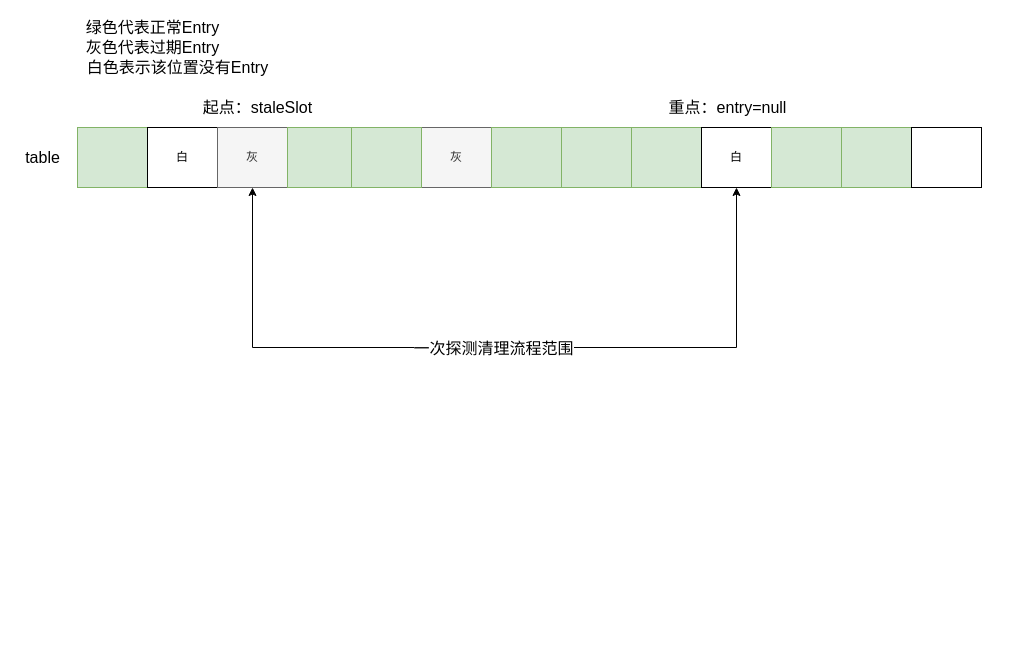
Earlier version of the draw.io diagram expungeStaleEntry.drawio (xxm-sz/dio). Source tidied: cells renumbered, new cells numbered last; positions are measured from the earlier drawing's top-left corner, leaving out a move shared by most shapes. Both pictures are drawn from the tidied source at 100%, with x=0, y=0 at pixel (17, 17).
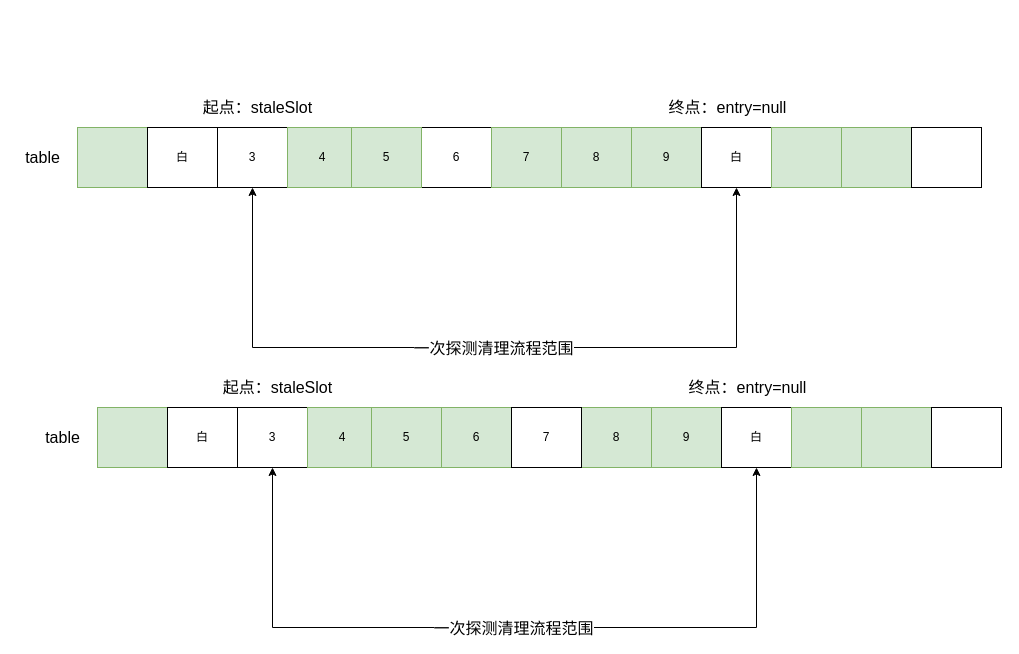
After the change.

What changed in the source:
```diff
@@
-    <mxCell id="5" value="灰" style="rounded=0;whiteSpace=wrap;html=1;fillColor=#f5f5f5;strokeColor=#666666;fontColor=#333333;" parent="1" vertex="1">
+    <mxCell id="5" value="3" style="rounded=0;whiteSpace=wrap;html=1;" parent="1" vertex="1">
       <mxGeometry x="200" y="110" width="70" height="60" as="geometry" />
     </mxCell>
-    <mxCell id="6" style="rounded=0;whiteSpace=wrap;html=1;fillColor=#d5e8d4;strokeColor=#82b366;" parent="1" vertex="1">
+    <mxCell id="6" value="9" style="rounded=0;whiteSpace=wrap;html=1;fillColor=#d5e8d4;strokeColor=#82b366;" parent="1" vertex="1">
       <mxGeometry x="614" y="110" width="70" height="60" as="geometry" />
     </mxCell>
-    <mxCell id="7" value="灰" style="rounded=0;whiteSpace=wrap;html=1;fillColor=#f5f5f5;strokeColor=#666666;fontColor=#333333;" parent="1" vertex="1">
+    <mxCell id="7" value="6" style="rounded=0;whiteSpace=wrap;html=1;" parent="1" vertex="1">
       <mxGeometry x="404" y="110" width="70" height="60" as="geometry" />
     </mxCell>
-    <mxCell id="8" style="rounded=0;whiteSpace=wrap;html=1;fillColor=#d5e8d4;strokeColor=#82b366;" parent="1" vertex="1">
+    <mxCell id="8" value="4" style="rounded=0;whiteSpace=wrap;html=1;fillColor=#d5e8d4;strokeColor=#82b366;" parent="1" vertex="1">
       <mxGeometry x="270" y="110" width="70" height="60" as="geometry" />
     </mxCell>
-    <mxCell id="9" style="rounded=0;whiteSpace=wrap;html=1;fillColor=#d5e8d4;strokeColor=#82b366;" parent="1" vertex="1">
+    <mxCell id="9" value="8" style="rounded=0;whiteSpace=wrap;html=1;fillColor=#d5e8d4;strokeColor=#82b366;" parent="1" vertex="1">
       <mxGeometry x="544" y="110" width="70" height="60" as="geometry" />
     </mxCell>
-    <mxCell id="10" style="rounded=0;whiteSpace=wrap;html=1;fillColor=#d5e8d4;strokeColor=#82b366;" parent="1" vertex="1">
+    <mxCell id="10" value="5" style="rounded=0;whiteSpace=wrap;html=1;fillColor=#d5e8d4;strokeColor=#82b366;" parent="1" vertex="1">
       <mxGeometry x="334" y="110" width="70" height="60" as="geometry" />
     </mxCell>
-    <mxCell id="11" style="rounded=0;whiteSpace=wrap;html=1;fillColor=#d5e8d4;strokeColor=#82b366;" parent="1" vertex="1">
+    <mxCell id="11" value="7" style="rounded=0;whiteSpace=wrap;html=1;fillColor=#d5e8d4;strokeColor=#82b366;" parent="1" vertex="1">
       <mxGeometry x="474" y="110" width="70" height="60" as="geometry" />
     </mxCell>
@@
-    <mxCell id="16" value="绿色代表正常Entry" style="text;html=1;align=center;verticalAlign=middle;fontSize=16;" parent="1" vertex="1">
-      <mxGeometry x="60" width="150" height="20" as="geometry" />
-    </mxCell>
-    <mxCell id="17" value="灰色代表过期Entry" style="text;html=1;align=center;verticalAlign=middle;fontSize=16;" parent="1" vertex="1">
-      <mxGeometry x="60" y="20" width="150" height="20" as="geometry" />
-    </mxCell>
-    <mxCell id="18" value="白色表示该位置没有Entry" style="text;html=1;align=center;verticalAlign=middle;fontSize=16;" parent="1" vertex="1">
-      <mxGeometry x="60" y="40" width="200" height="20" as="geometry" />
-    </mxCell>
@@
-    <mxCell id="22" value="重点：entry=null" style="text;html=1;align=center;verticalAlign=middle;fontSize=16;" parent="1" vertex="1">
+    <mxCell id="22" value="终点：entry=null" style="text;html=1;align=center;verticalAlign=middle;fontSize=16;" parent="1" vertex="1">
       <mxGeometry x="645" y="80" width="130" height="20" as="geometry" />
     </mxCell>
@@
+    <mxCell id="24" style="rounded=0;whiteSpace=wrap;html=1;" parent="1" vertex="1">
+      <mxGeometry x="80" y="390" width="900" height="60" as="geometry" />
+    </mxCell>
+    <mxCell id="25" style="rounded=0;whiteSpace=wrap;html=1;fillColor=#d5e8d4;strokeColor=#82b366;" parent="1" vertex="1">
+      <mxGeometry x="80" y="390" width="70" height="60" as="geometry" />
+    </mxCell>
+    <mxCell id="26" value="白" style="rounded=0;whiteSpace=wrap;html=1;" parent="1" vertex="1">
+      <mxGeometry x="150" y="390" width="70" height="60" as="geometry" />
+    </mxCell>
+    <mxCell id="27" value="3" style="rounded=0;whiteSpace=wrap;html=1;" parent="1" vertex="1">
+      <mxGeometry x="220" y="390" width="70" height="60" as="geometry" />
+    </mxCell>
+    <mxCell id="28" value="9" style="rounded=0;whiteSpace=wrap;html=1;fillColor=#d5e8d4;strokeColor=#82b366;" parent="1" vertex="1">
+      <mxGeometry x="634" y="390" width="70" height="60" as="geometry" />
+    </mxCell>
+    <mxCell id="29" value="6" style="rounded=0;whiteSpace=wrap;html=1;fillColor=#d5e8d4;strokeColor=#82b366;" parent="1" vertex="1">
+      <mxGeometry x="424" y="390" width="70" height="60" as="geometry" />
+    </mxCell>
+    <mxCell id="30" value="4" style="rounded=0;whiteSpace=wrap;html=1;fillColor=#d5e8d4;strokeColor=#82b366;" parent="1" vertex="1">
+      <mxGeometry x="290" y="390" width="70" height="60" as="geometry" />
+    </mxCell>
+    <mxCell id="31" value="8" style="rounded=0;whiteSpace=wrap;html=1;fillColor=#d5e8d4;strokeColor=#82b366;" parent="1" vertex="1">
+      <mxGeometry x="564" y="390" width="70" height="60" as="geometry" />
+    </mxCell>
+    <mxCell id="32" value="5" style="rounded=0;whiteSpace=wrap;html=1;fillColor=#d5e8d4;strokeColor=#82b366;" parent="1" vertex="1">
+      <mxGeometry x="354" y="390" width="70" height="60" as="geometry" />
+    </mxCell>
+    <mxCell id="33" value="7" style="rounded=0;whiteSpace=wrap;html=1;" parent="1" vertex="1">
+      <mxGeometry x="494" y="390" width="70" height="60" as="geometry" />
+    </mxCell>
+    <mxCell id="34" value="白" style="rounded=0;whiteSpace=wrap;html=1;" parent="1" vertex="1">
+      <mxGeometry x="704" y="390" width="70" height="60" as="geometry" />
+    </mxCell>
+    <mxCell id="35" style="rounded=0;whiteSpace=wrap;html=1;fillColor=#d5e8d4;strokeColor=#82b366;" parent="1" vertex="1">
+      <mxGeometry x="774" y="390" width="70" height="60" as="geometry" />
+    </mxCell>
+    <mxCell id="36" style="rounded=0;whiteSpace=wrap;html=1;fillColor=#d5e8d4;strokeColor=#82b366;" parent="1" vertex="1">
+      <mxGeometry x="844" y="390" width="70" height="60" as="geometry" />
+    </mxCell>
+    <mxCell id="37" style="rounded=0;whiteSpace=wrap;html=1;" parent="1" vertex="1">
+      <mxGeometry x="914" y="390" width="70" height="60" as="geometry" />
+    </mxCell>
+    <mxCell id="38" style="edgeStyle=orthogonalEdgeStyle;rounded=0;jettySize=auto;html=1;fontSize=16;entryX=0.5;entryY=1;entryDx=0;entryDy=0;endArrow=classic;endFill=1;startArrow=classic;startFill=1;exitX=0.5;exitY=1;exitDx=0;exitDy=0;" parent="1" edge="1" source="34" target="27">
+      <mxGeometry relative="1" as="geometry">
+        <Array as="points">
+          <mxPoint x="739" y="610" />
+          <mxPoint x="255" y="610" />
+        </Array>
+      </mxGeometry>
+    </mxCell>
+    <mxCell id="39" value="一次探测清理流程范围" style="edgeLabel;html=1;align=center;verticalAlign=middle;fontSize=16;" parent="38" vertex="1">
+      <mxGeometry x="0.05" y="4" relative="1" as="geometry">
+        <mxPoint x="18" y="-4" as="offset" />
+      </mxGeometry>
+    </mxCell>
+    <mxCell id="40" value="起点：staleSlot" style="text;html=1;align=center;verticalAlign=middle;fontSize=16;" parent="1" vertex="1">
+      <mxGeometry x="200" y="360" width="120" height="20" as="geometry" />
+    </mxCell>
+    <mxCell id="41" value="终点：entry=null" style="text;html=1;align=center;verticalAlign=middle;fontSize=16;" parent="1" vertex="1">
+      <mxGeometry x="665" y="360" width="130" height="20" as="geometry" />
+    </mxCell>
+    <mxCell id="42" value="table" style="text;html=1;align=center;verticalAlign=middle;fontSize=16;" parent="1" vertex="1">
+      <mxGeometry x="20" y="410" width="50" height="20" as="geometry" />
+    </mxCell>
```
